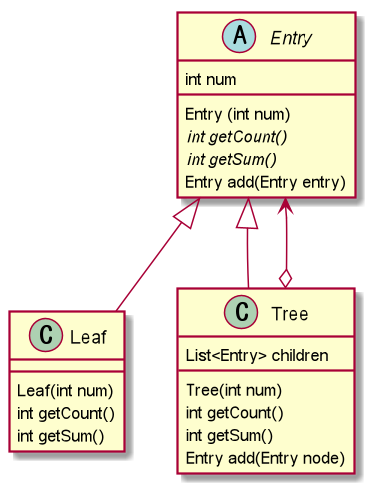
This is img/designpattern/2/concept_composite_2.png from windowforsun/blog, a PlantUML export, as it was before one commit. The source it was exported from:
```plantuml
@startuml

abstract class Entry {
	int num
	Entry (int num)
	{abstract} int getCount()
	{abstract} int getSum()
	Entry add(Entry entry)
}

class Leaf {
	Leaf(int num)
	int getCount()
	int getSum()
}

class Tree {
	List<Entry> children
	Tree(int num)
	int getCount()
	int getSum()
	Entry add(Entry node)
}

Entry <|-- Leaf
Entry <|-- Tree
Entry <--o Tree

@enduml
```
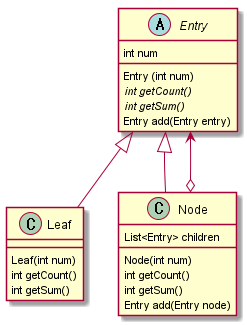
After the change.

Commit message:
이미지 수정

What changed in the source:
```diff
@@ -14,16 +14,16 @@
 	int getSum()
 }
 
-class Tree {
+class Node {
 	List<Entry> children
-	Tree(int num)
+	Node(int num)
 	int getCount()
 	int getSum()
 	Entry add(Entry node)
 }
 
 Entry <|-- Leaf
-Entry <|-- Tree
-Entry <--o Tree
+Entry <|-- Node
+Entry <--o Node
 
 @enduml
```
